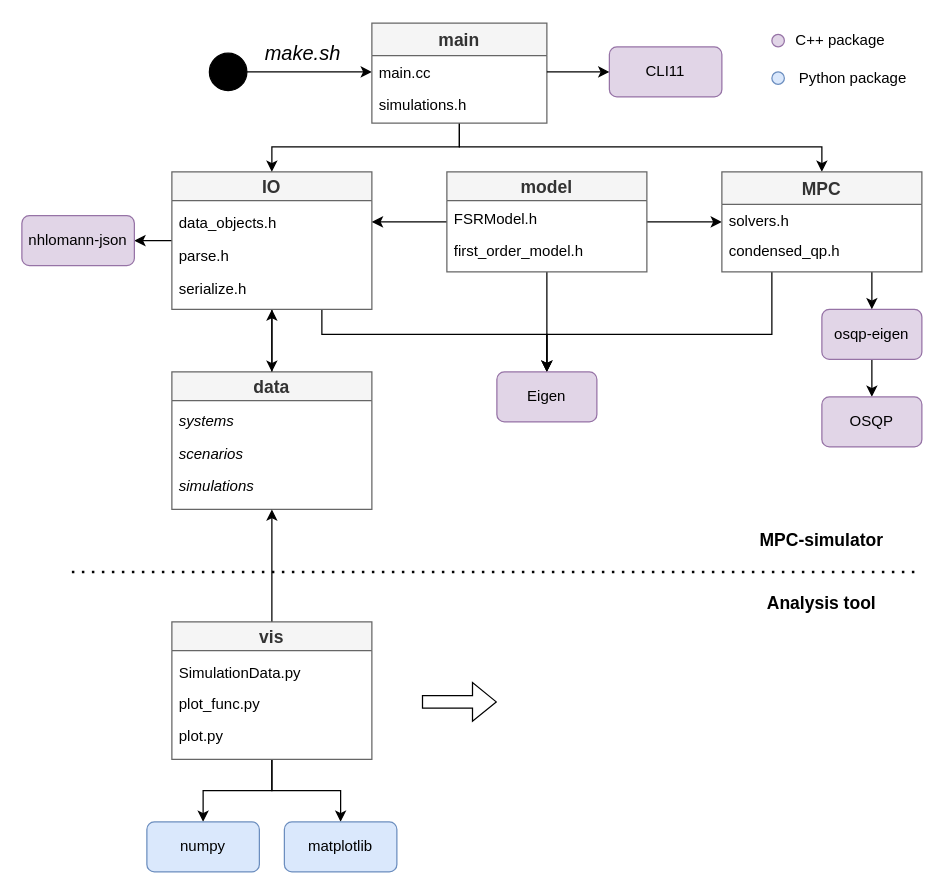
This is fig/module_diagram.drawio from gotvinne/Light-weight-MPC, a draw.io file, before an edit. Source tidied: cells renumbered, new cells numbered last; positions are measured from the earlier drawing's top-left corner, leaving out a move shared by most shapes. Both pictures are drawn from the tidied source at 125%, with x=0, y=0 at pixel (21, 21).
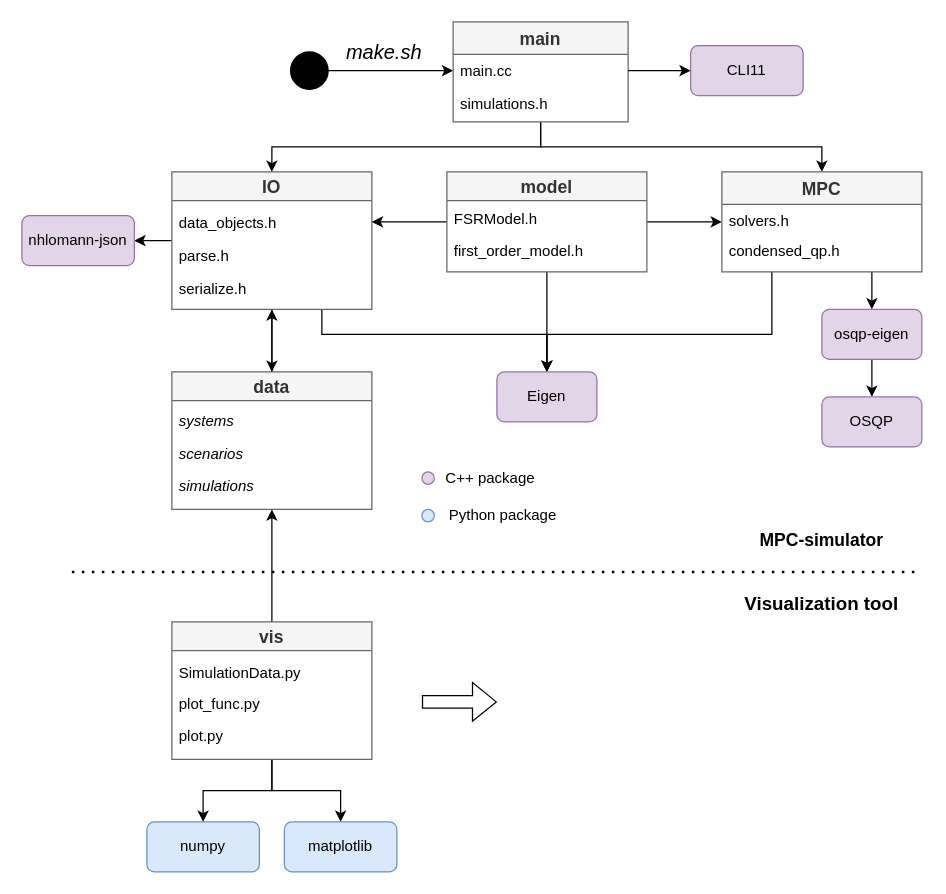
The same diagram, later.

The change refers to these unchanged cells:
```xml
<mxCell id="10" value="&lt;font style=&quot;font-size: 14px;&quot;&gt;IO&lt;/font&gt;" style="swimlane;whiteSpace=wrap;html=1;fillColor=#f5f5f5;fontColor=#333333;strokeColor=#666666;" parent="1" vertex="1">
  <mxGeometry x="120" y="120" width="160" height="110" as="geometry" />
</mxCell>
<mxCell id="43" value="MPC" style="swimlane;fontStyle=1;horizontal=1;startSize=26;fillColor=#f5f5f5;fontSize=14;fontColor=#333333;strokeColor=#666666;" parent="1" vertex="1">
  <mxGeometry x="560" y="120" width="160" height="80" as="geometry" />
</mxCell>
```

The edit, as a diff of the source:
```diff
@@
     <mxCell id="33" style="ellipse;whiteSpace=wrap;html=1;fillColor=#000000;" parent="1" vertex="1">
-      <mxGeometry x="150" y="25" width="30" height="30" as="geometry" />
+      <mxGeometry x="215" y="24" width="30" height="30" as="geometry" />
     </mxCell>
     <mxCell id="34" value="&lt;i&gt;&lt;font style=&quot;font-size: 16px;&quot;&gt;make.sh&lt;/font&gt;&lt;/i&gt;" style="text;html=1;strokeColor=none;fillColor=none;align=center;verticalAlign=middle;whiteSpace=wrap;rounded=0;" parent="1" vertex="1">
-      <mxGeometry x="190" y="10" width="70" height="30" as="geometry" />
+      <mxGeometry x="255" y="9" width="70" height="30" as="geometry" />
     </mxCell>
     <mxCell id="35" value="CLI11" style="rounded=1;whiteSpace=wrap;html=1;fillColor=#e1d5e7;strokeColor=#9673a6;" parent="1" vertex="1">
-      <mxGeometry x="470" y="20" width="90" height="40" as="geometry" />
+      <mxGeometry x="535" y="19" width="90" height="40" as="geometry" />
     </mxCell>
     <mxCell id="36" style="edgeStyle=orthogonalEdgeStyle;rounded=0;jettySize=auto;html=1;exitX=0.5;exitY=1;exitDx=0;exitDy=0;entryX=0.5;entryY=0;entryDx=0;entryDy=0;" parent="1" edge="1" source="38" target="10">
-      <mxGeometry relative="1" as="geometry">
-        <Array as="points">
-          <mxPoint x="350" y="100" />
-          <mxPoint x="200" y="100" />
-        </Array>
-      </mxGeometry>
+      <mxGeometry relative="1" as="geometry" />
     </mxCell>
     <mxCell id="37" style="edgeStyle=orthogonalEdgeStyle;rounded=0;jettySize=auto;html=1;exitX=0.5;exitY=1;exitDx=0;exitDy=0;entryX=0.5;entryY=0;entryDx=0;entryDy=0;" parent="1" edge="1" source="38" target="43">
-      <mxGeometry relative="1" as="geometry">
-        <Array as="points">
-          <mxPoint x="350" y="100" />
-          <mxPoint x="640" y="100" />
-        </Array>
-      </mxGeometry>
+      <mxGeometry relative="1" as="geometry" />
     </mxCell>
     <mxCell id="38" value="main" style="swimlane;fontStyle=1;horizontal=1;startSize=26;fillColor=#f5f5f5;fontSize=14;fontColor=#333333;strokeColor=#666666;" parent="1" vertex="1">
-      <mxGeometry x="280" y="1" width="140" height="80" as="geometry" />
+      <mxGeometry x="345" width="140" height="80" as="geometry" />
     </mxCell>
@@
-    <mxCell id="49" value="&lt;font style=&quot;font-size: 14px;&quot;&gt;&lt;b&gt;Analysis tool&lt;br&gt;&lt;/b&gt;&lt;/font&gt;" style="text;html=1;strokeColor=none;fillColor=none;align=center;verticalAlign=middle;whiteSpace=wrap;rounded=0;" parent="1" vertex="1">
+    <mxCell id="49" value="&lt;font style=&quot;font-size: 15px;&quot;&gt;&lt;b&gt;Visualization tool&lt;br&gt;&lt;/b&gt;&lt;/font&gt;" style="text;html=1;strokeColor=none;fillColor=none;align=center;verticalAlign=middle;whiteSpace=wrap;rounded=0;" parent="1" vertex="1">
       <mxGeometry x="560" y="450" width="160" height="30" as="geometry" />
     </mxCell>
@@
     <mxCell id="51" style="group;" parent="1" vertex="1">
-      <mxGeometry x="600" width="120" height="60" as="geometry" />
+      <mxGeometry x="320" y="350" width="120" height="60" as="geometry" />
     </mxCell>
```
